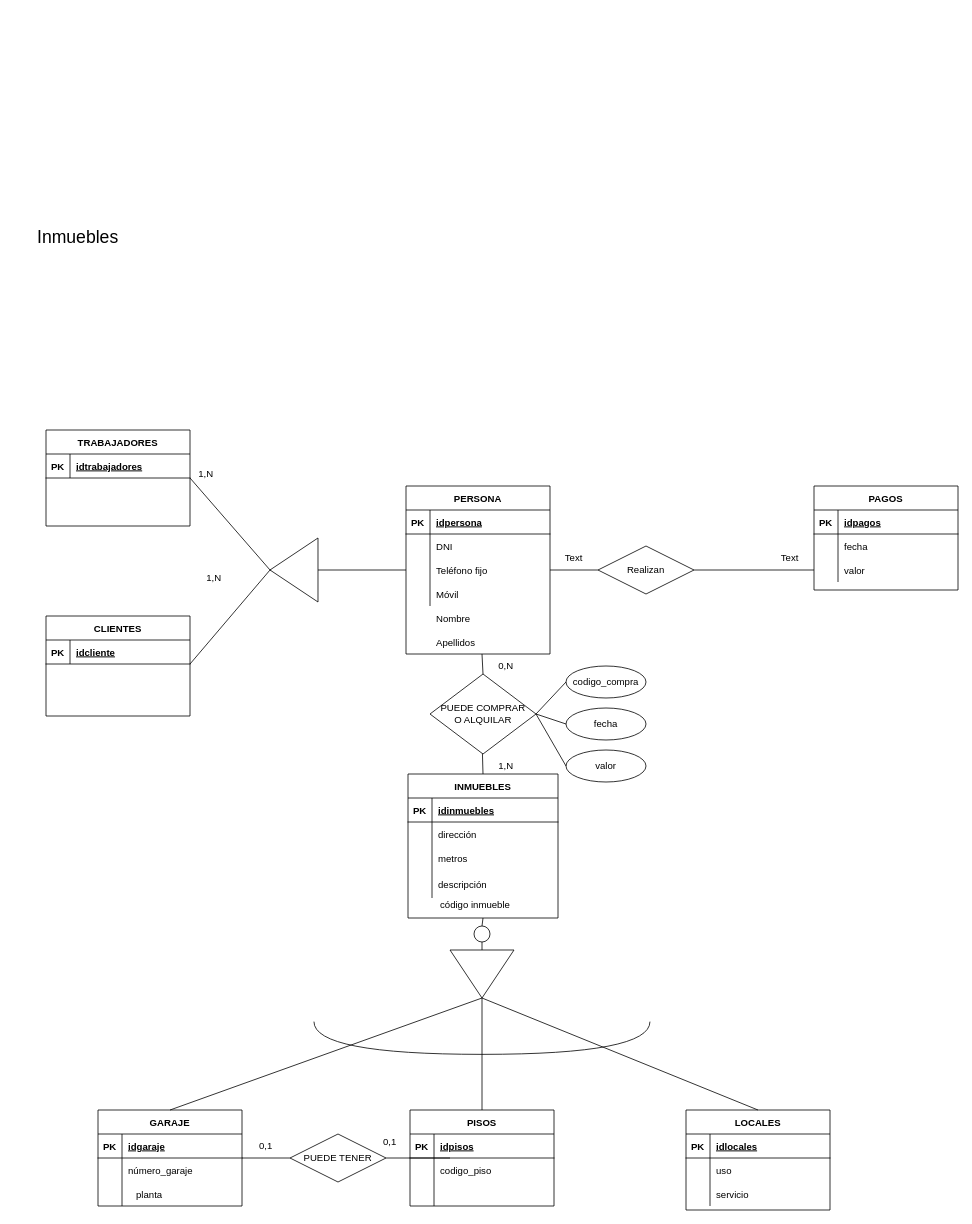
Earlier version of the draw.io diagram page "Inmuebles" (15 of 15) of Ejercicio3.drawio.xml (IzanDuesoLopez/TA12-Diagramas-ER). Source tidied: cells renumbered, new cells numbered last; positions are measured from the earlier drawing's top-left corner, leaving out a move shared by most shapes. Both pictures are drawn from the tidied source at 80%, with x=0, y=0 at pixel (14, 206).
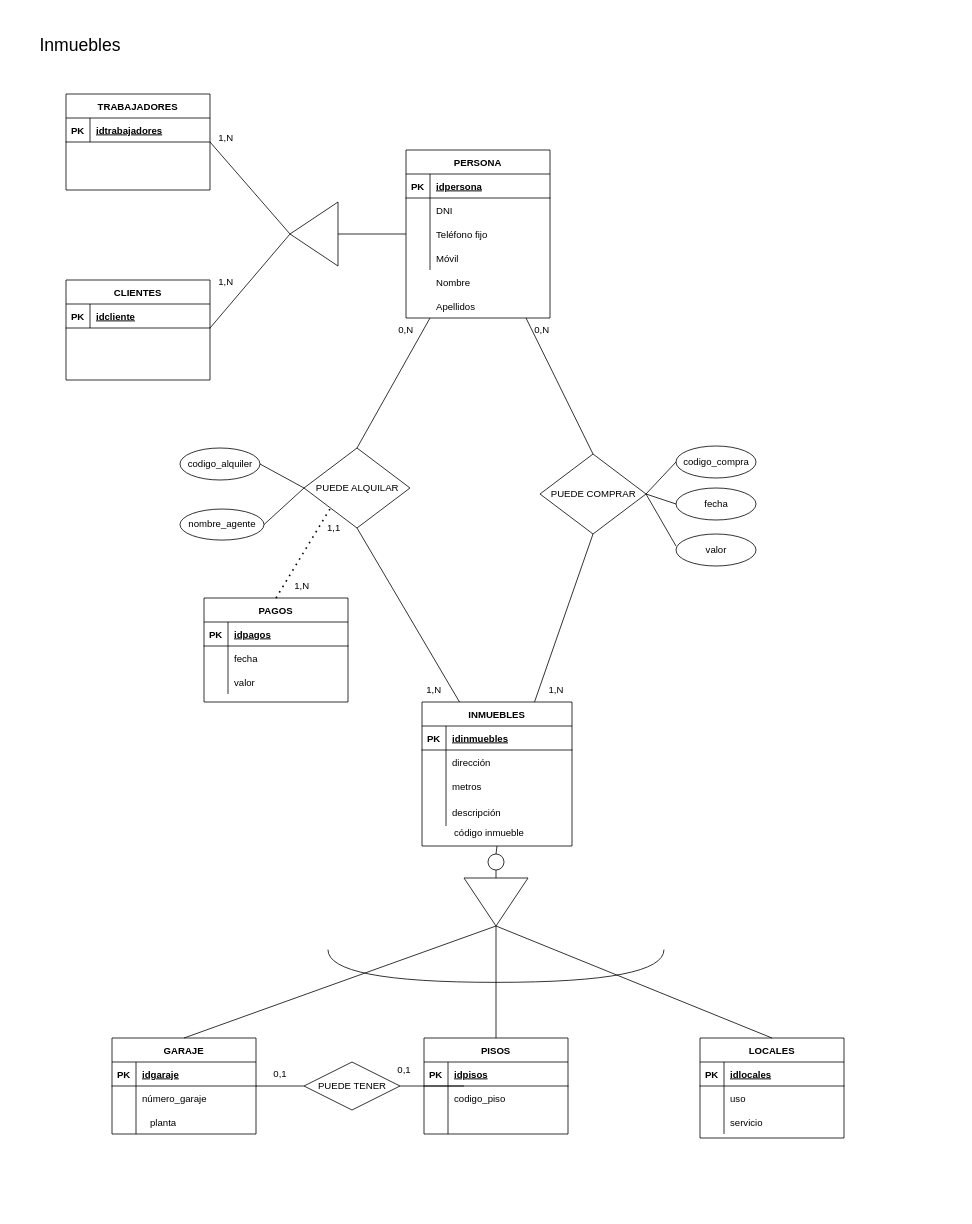
The same page after the edit.

The change refers to these unchanged cells:
```xml
<mxCell id="16" style="shape=tableRow;horizontal=0;startSize=0;swimlaneHead=0;swimlaneBody=0;fillColor=none;points=[[0,0.5],[1,0.5]];portConstraint=eastwest;top=0;left=0;right=0;bottom=0;" parent="9" vertex="1">
  <mxGeometry y="90" width="180" height="30" as="geometry" />
</mxCell>
<mxCell id="64" style="shape=tableRow;horizontal=0;startSize=0;swimlaneHead=0;swimlaneBody=0;fillColor=none;points=[[0,0.5],[1,0.5]];portConstraint=eastwest;top=0;left=0;right=0;bottom=0;" parent="57" vertex="1">
  <mxGeometry y="90" width="180" height="30" as="geometry" />
</mxCell>
```

Change to the diagram source:
```diff
@@
     <mxCell id="2" value="Inmuebles" style="text;html=1;strokeColor=none;fillColor=none;align=center;verticalAlign=middle;whiteSpace=wrap;rounded=0;fontSize=22;" parent="1" vertex="1">
-      <mxGeometry width="160" height="80" as="geometry" />
+      <mxGeometry x="2.5" y="-240" width="160" height="80" as="geometry" />
     </mxCell>
     <mxCell id="3" value="TRABAJADORES" style="shape=table;startSize=30;childLayout=tableLayout;rowLines=0;fontStyle=1;align=center;" parent="1" vertex="1">
-      <mxGeometry x="40" y="280" width="180" height="120" as="geometry" />
+      <mxGeometry x="65" y="-140" width="180" height="120" as="geometry" />
     </mxCell>
@@
     <mxCell id="7" style="shape=tableRow;horizontal=0;startSize=0;swimlaneHead=0;swimlaneBody=0;fillColor=none;top=0;left=0;right=0;bottom=0;" parent="1" vertex="1">
-      <mxGeometry x="60" y="585" width="180" height="30" as="geometry" />
+      <mxGeometry x="85" y="165" width="180" height="30" as="geometry" />
     </mxCell>
@@
     <mxCell id="9" value="PERSONA" style="shape=table;startSize=30;childLayout=tableLayout;rowLines=0;fontStyle=1;align=center;" parent="1" vertex="1">
-      <mxGeometry x="490" y="350" width="180" height="210" as="geometry" />
+      <mxGeometry x="490" y="-70" width="180" height="210" as="geometry" />
     </mxCell>
@@
     <mxCell id="22" value="Nombre " style="shape=partialRectangle;fillColor=none;top=0;left=0;bottom=0;right=0;align=left;spacingLeft=6;overflow=hidden;" parent="1" vertex="1">
-      <mxGeometry x="520" y="500" width="150" height="30" as="geometry" />
+      <mxGeometry x="520" y="80" width="150" height="30" as="geometry" />
     </mxCell>
     <mxCell id="23" value="Apellidos" style="shape=partialRectangle;fillColor=none;top=0;left=0;bottom=0;right=0;align=left;spacingLeft=6;overflow=hidden;" parent="1" vertex="1">
-      <mxGeometry x="520" y="530" width="150" height="30" as="geometry" />
+      <mxGeometry x="520" y="110" width="150" height="30" as="geometry" />
     </mxCell>
-    <mxCell id="24" style="endArrow=none;html=1;rounded=0;entryX=0;entryY=0.5;entryDx=0;entryDy=0;exitX=1;exitY=0.5;exitDx=0;exitDy=0;" parent="1" edge="1" source="115" target="16">
+    <mxCell id="24" style="endArrow=none;html=1;rounded=0;entryX=0;entryY=0.5;entryDx=0;entryDy=0;exitX=0;exitY=0.5;exitDx=0;exitDy=0;" parent="1" edge="1" source="115" target="16">
       <mxGeometry relative="1" as="geometry" />
     </mxCell>
     <mxCell id="25" value="GARAJE" style="shape=table;startSize=30;childLayout=tableLayout;rowLines=0;fontStyle=1;align=center;" parent="1" vertex="1">
-      <mxGeometry x="105" y="1130" width="180" height="120" as="geometry" />
+      <mxGeometry x="122.5" y="1040" width="180" height="120" as="geometry" />
     </mxCell>
@@
-    <mxCell id="35" style="endArrow=none;html=1;rounded=0;entryX=1;entryY=0.5;entryDx=0;entryDy=0;" parent="1" edge="1" target="16">
-      <mxGeometry relative="1" as="geometry">
-        <mxPoint x="730" y="455" as="sourcePoint" />
-      </mxGeometry>
-    </mxCell>
     <mxCell id="36" value="PISOS" style="shape=table;startSize=30;childLayout=tableLayout;rowLines=0;fontStyle=1;align=center;" parent="1" vertex="1">
-      <mxGeometry x="495" y="1130" width="180" height="120" as="geometry" />
+      <mxGeometry x="512.5" y="1040" width="180" height="120" as="geometry" />
     </mxCell>
@@
     <mxCell id="46" value="LOCALES" style="shape=table;startSize=30;childLayout=tableLayout;rowLines=0;fontStyle=1;align=center;" parent="1" vertex="1">
-      <mxGeometry x="840" y="1130" width="180" height="125" as="geometry" />
+      <mxGeometry x="857.5" y="1040" width="180" height="125" as="geometry" />
     </mxCell>
@@
     <mxCell id="56" value="planta" style="shape=partialRectangle;fillColor=none;top=0;left=0;bottom=0;right=0;align=left;spacingLeft=6;overflow=hidden;" parent="1" vertex="1">
-      <mxGeometry x="145" y="1220" width="150" height="30" as="geometry" />
+      <mxGeometry x="162.5" y="1130" width="150" height="30" as="geometry" />
     </mxCell>
     <mxCell id="57" value="PAGOS" style="shape=table;startSize=30;childLayout=tableLayout;rowLines=0;fontStyle=1;align=center;" parent="1" vertex="1">
-      <mxGeometry x="1000" y="350" width="180" height="130" as="geometry" />
+      <mxGeometry x="237.5" y="490" width="180" height="130" as="geometry" />
     </mxCell>
@@
-    <mxCell id="67" value="Realizan" style="shape=rhombus;perimeter=rhombusPerimeter;whiteSpace=wrap;html=1;align=center;" parent="1" vertex="1">
-      <mxGeometry x="730" y="425" width="120" height="60" as="geometry" />
-    </mxCell>
-    <mxCell id="68" style="endArrow=none;html=1;rounded=0;entryX=0;entryY=0.5;entryDx=0;entryDy=0;exitX=1;exitY=0.5;exitDx=0;exitDy=0;" parent="1" edge="1" source="67" target="64">
-      <mxGeometry relative="1" as="geometry" />
-    </mxCell>
     <mxCell id="69" style="triangle;whiteSpace=wrap;html=1;direction=south;" parent="1" vertex="1">
-      <mxGeometry x="545" y="930" width="80" height="60" as="geometry" />
+      <mxGeometry x="562.5" y="840" width="80" height="60" as="geometry" />
     </mxCell>
     <mxCell id="70" style="shape=requiredInterface;html=1;verticalLabelPosition=bottom;sketch=0;rotation=90;" parent="1" vertex="1">
-      <mxGeometry x="564.5" y="830" width="40.9" height="420" as="geometry" />
+      <mxGeometry x="582" y="740" width="40.9" height="420" as="geometry" />
     </mxCell>
     <mxCell id="71" value="INMUEBLES" style="shape=table;startSize=30;childLayout=tableLayout;rowLines=0;fontStyle=1;align=center;" parent="1" vertex="1">
-      <mxGeometry x="492.5" y="710" width="187.5" height="180" as="geometry" />
+      <mxGeometry x="510" y="620" width="187.5" height="180" as="geometry" />
     </mxCell>
@@
     <mxCell id="84" value="PUEDE TENER" style="shape=rhombus;perimeter=rhombusPerimeter;whiteSpace=wrap;html=1;align=center;" parent="1" vertex="1">
-      <mxGeometry x="345" y="1160" width="120" height="60" as="geometry" />
+      <mxGeometry x="362.5" y="1070" width="120" height="60" as="geometry" />
     </mxCell>
     <mxCell id="85" style="line;strokeWidth=1;dashed=0;labelPosition=right;align=left;verticalAlign=middle;spacingTop=0;spacingLeft=6;" parent="1" vertex="1">
-      <mxGeometry x="465" y="1185" width="80" height="10" as="geometry" />
+      <mxGeometry x="482.5" y="1095" width="80" height="10" as="geometry" />
     </mxCell>
     <mxCell id="86" style="line;strokeWidth=1;dashed=0;labelPosition=right;align=left;verticalAlign=middle;spacingTop=0;spacingLeft=6;" parent="1" vertex="1">
-      <mxGeometry x="285" y="1185" width="60" height="10" as="geometry" />
+      <mxGeometry x="302.5" y="1095" width="60" height="10" as="geometry" />
     </mxCell>
     <mxCell id="87" value="0,1" style="text;html=1;strokeColor=none;fillColor=none;align=center;verticalAlign=middle;whiteSpace=wrap;rounded=0;" parent="1" vertex="1">
-      <mxGeometry x="440" y="1155" width="60" height="30" as="geometry" />
+      <mxGeometry x="457.5" y="1065" width="60" height="30" as="geometry" />
     </mxCell>
     <mxCell id="88" value="0,1" style="text;html=1;strokeColor=none;fillColor=none;align=center;verticalAlign=middle;whiteSpace=wrap;rounded=0;" parent="1" vertex="1">
-      <mxGeometry x="285" y="1160" width="60" height="30" as="geometry" />
+      <mxGeometry x="302.5" y="1070" width="60" height="30" as="geometry" />
     </mxCell>
-    <mxCell id="89" style="endArrow=none;html=1;rounded=0;exitX=0.5;exitY=0;exitDx=0;exitDy=0;" parent="1" edge="1" source="71">
-      <mxGeometry relative="1" as="geometry">
-        <mxPoint x="585" y="665" as="targetPoint" />
-      </mxGeometry>
+    <mxCell id="89" style="endArrow=none;html=1;rounded=0;exitX=0.75;exitY=0;exitDx=0;exitDy=0;entryX=0.5;entryY=1;entryDx=0;entryDy=0;" parent="1" edge="1" source="71" target="90">
+      <mxGeometry relative="1" as="geometry" />
     </mxCell>
-    <mxCell id="90" value="PUEDE COMPRAR&lt;br&gt;O ALQUILAR" style="shape=rhombus;perimeter=rhombusPerimeter;whiteSpace=wrap;html=1;align=center;" parent="1" vertex="1">
-      <mxGeometry x="520" y="585" width="132.5" height="100" as="geometry" />
+    <mxCell id="90" value="PUEDE COMPRAR&lt;br&gt;" style="shape=rhombus;perimeter=rhombusPerimeter;whiteSpace=wrap;html=1;align=center;" parent="1" vertex="1">
+      <mxGeometry x="657.5" y="310" width="132.5" height="100" as="geometry" />
     </mxCell>
     <mxCell id="91" style="endArrow=none;html=1;rounded=0;exitX=0.5;exitY=0;exitDx=0;exitDy=0;" parent="1" edge="1" source="90">
       <mxGeometry relative="1" as="geometry">
-        <mxPoint x="585" y="560" as="targetPoint" />
+        <mxPoint x="640" y="140" as="targetPoint" />
       </mxGeometry>
     </mxCell>
     <mxCell id="92" value="0,N" style="text;html=1;strokeColor=none;fillColor=none;align=center;verticalAlign=middle;whiteSpace=wrap;rounded=0;" parent="1" vertex="1">
-      <mxGeometry x="585" y="560" width="60" height="30" as="geometry" />
+      <mxGeometry x="630" y="140" width="60" height="30" as="geometry" />
     </mxCell>
     <mxCell id="93" value="1,N" style="text;html=1;strokeColor=none;fillColor=none;align=center;verticalAlign=middle;whiteSpace=wrap;rounded=0;" parent="1" vertex="1">
-      <mxGeometry x="585" y="685" width="60" height="30" as="geometry" />
+      <mxGeometry x="647.5" y="590" width="60" height="30" as="geometry" />
     </mxCell>
@@
     <mxCell id="95" style="ellipse;whiteSpace=wrap;html=1;" parent="1" vertex="1">
-      <mxGeometry x="575" y="900" width="20" height="20" as="geometry" />
+      <mxGeometry x="592.5" y="810" width="20" height="20" as="geometry" />
     </mxCell>
@@
     <mxCell id="100" value="codigo_compra" style="ellipse;whiteSpace=wrap;html=1;align=center;" parent="1" vertex="1">
-      <mxGeometry x="690" y="575" width="100" height="40" as="geometry" />
+      <mxGeometry x="827.5" y="300" width="100" height="40" as="geometry" />
     </mxCell>
     <mxCell id="101" value="valor" style="ellipse;whiteSpace=wrap;html=1;align=center;" parent="1" vertex="1">
-      <mxGeometry x="690" y="680" width="100" height="40" as="geometry" />
+      <mxGeometry x="827.5" y="410" width="100" height="40" as="geometry" />
     </mxCell>
     <mxCell id="102" value="fecha" style="ellipse;whiteSpace=wrap;html=1;align=center;" parent="1" vertex="1">
-      <mxGeometry x="690" y="627.5" width="100" height="40" as="geometry" />
+      <mxGeometry x="827.5" y="352.5" width="100" height="40" as="geometry" />
     </mxCell>
-    <mxCell id="103" style="endArrow=none;html=1;rounded=0;entryX=0;entryY=0.5;entryDx=0;entryDy=0;exitX=1;exitY=0.5;exitDx=0;exitDy=0;" parent="1" edge="1" source="90" target="101">
-      <mxGeometry relative="1" as="geometry" />
+    <mxCell id="103" style="endArrow=none;html=1;rounded=0;entryX=0;entryY=0.5;entryDx=0;entryDy=0;exitX=1;exitY=0.5;exitDx=0;exitDy=0;" parent="1" edge="1" source="90">
+      <mxGeometry relative="1" as="geometry">
+        <mxPoint x="827.5" y="425" as="targetPoint" />
+      </mxGeometry>
     </mxCell>
@@
     <mxCell id="106" value="1,N" style="text;html=1;strokeColor=none;fillColor=none;align=center;verticalAlign=middle;whiteSpace=wrap;rounded=0;" parent="1" vertex="1">
-      <mxGeometry x="220" y="450" width="60" height="30" as="geometry" />
+      <mxGeometry x="235" y="80" width="60" height="30" as="geometry" />
     </mxCell>
     <mxCell id="107" value="1,N" style="text;html=1;strokeColor=none;fillColor=none;align=center;verticalAlign=middle;whiteSpace=wrap;rounded=0;" parent="1" vertex="1">
-      <mxGeometry x="210" y="320" width="60" height="30" as="geometry" />
+      <mxGeometry x="235" y="-100" width="60" height="30" as="geometry" />
     </mxCell>
-    <mxCell id="108" value="Text" style="text;html=1;strokeColor=none;fillColor=none;align=center;verticalAlign=middle;whiteSpace=wrap;rounded=0;" parent="1" vertex="1">
-      <mxGeometry x="670" y="425" width="60" height="30" as="geometry" />
-    </mxCell>
-    <mxCell id="109" value="Text" style="text;html=1;strokeColor=none;fillColor=none;align=center;verticalAlign=middle;whiteSpace=wrap;rounded=0;" parent="1" vertex="1">
-      <mxGeometry x="940" y="425" width="60" height="30" as="geometry" />
-    </mxCell>
     <mxCell id="110" value="código inmueble" style="shape=partialRectangle;fillColor=none;top=0;left=0;bottom=0;right=0;align=left;spacingLeft=6;overflow=hidden;" parent="1" vertex="1">
-      <mxGeometry x="525" y="855" width="155" height="35" as="geometry" />
+      <mxGeometry x="542.5" y="765" width="155" height="35" as="geometry" />
     </mxCell>
     <mxCell id="111" value="CLIENTES" style="shape=table;startSize=30;childLayout=tableLayout;rowLines=0;fontStyle=1;align=center;" parent="1" vertex="1">
-      <mxGeometry x="40" y="512.5" width="180" height="125" as="geometry" />
+      <mxGeometry x="65" y="92.5" width="180" height="125" as="geometry" />
     </mxCell>
@@
     <mxCell id="115" style="triangle;whiteSpace=wrap;html=1;direction=south;rotation=90;" parent="1" vertex="1">
-      <mxGeometry x="310" y="425" width="80" height="60" as="geometry" />
+      <mxGeometry x="335" y="5" width="80" height="60" as="geometry" />
     </mxCell>
@@
+    <mxCell id="118" value="PUEDE ALQUILAR" style="shape=rhombus;perimeter=rhombusPerimeter;whiteSpace=wrap;html=1;align=center;" parent="1" vertex="1">
+      <mxGeometry x="362.5" y="302.5" width="132.5" height="100" as="geometry" />
+    </mxCell>
+    <mxCell id="119" value="codigo_alquiler" style="ellipse;whiteSpace=wrap;html=1;align=center;" parent="1" vertex="1">
+      <mxGeometry x="207.5" y="302.5" width="100" height="40" as="geometry" />
+    </mxCell>
+    <mxCell id="120" value="nombre_agente" style="ellipse;whiteSpace=wrap;html=1;align=center;" parent="1" vertex="1">
+      <mxGeometry x="207.5" y="378.8" width="105" height="38.8" as="geometry" />
+    </mxCell>
+    <mxCell id="121" style="endArrow=none;html=1;rounded=0;exitX=0;exitY=0.5;exitDx=0;exitDy=0;entryX=1;entryY=0.5;entryDx=0;entryDy=0;" parent="1" edge="1" source="118" target="120">
+      <mxGeometry relative="1" as="geometry" />
+    </mxCell>
+    <mxCell id="122" style="endArrow=none;html=1;rounded=0;entryX=1;entryY=0.5;entryDx=0;entryDy=0;exitX=0;exitY=0.5;exitDx=0;exitDy=0;" parent="1" edge="1" source="118" target="119">
+      <mxGeometry relative="1" as="geometry" />
+    </mxCell>
+    <mxCell id="123" style="endArrow=none;html=1;rounded=0;exitX=0.5;exitY=0;exitDx=0;exitDy=0;" parent="1" edge="1" source="118">
+      <mxGeometry relative="1" as="geometry">
+        <mxPoint x="520" y="140" as="targetPoint" />
+      </mxGeometry>
+    </mxCell>
+    <mxCell id="124" style="endArrow=none;html=1;rounded=0;entryX=0.5;entryY=1;entryDx=0;entryDy=0;exitX=0.25;exitY=0;exitDx=0;exitDy=0;" parent="1" edge="1" source="71" target="118">
+      <mxGeometry relative="1" as="geometry" />
+    </mxCell>
+    <mxCell id="125" style="endArrow=none;dashed=1;html=1;dashPattern=1 3;strokeWidth=2;rounded=0;entryX=0;entryY=1;entryDx=0;entryDy=0;" parent="1" edge="1" target="118">
+      <mxGeometry relative="1" as="geometry">
+        <mxPoint x="327.5" y="490" as="sourcePoint" />
+      </mxGeometry>
+    </mxCell>
+    <mxCell id="126" value="1,N" style="text;html=1;strokeColor=none;fillColor=none;align=center;verticalAlign=middle;whiteSpace=wrap;rounded=0;" parent="1" vertex="1">
+      <mxGeometry x="495" y="590" width="60" height="30" as="geometry" />
+    </mxCell>
+    <mxCell id="127" value="0,N" style="text;html=1;strokeColor=none;fillColor=none;align=center;verticalAlign=middle;whiteSpace=wrap;rounded=0;" parent="1" vertex="1">
+      <mxGeometry x="460" y="140" width="60" height="30" as="geometry" />
+    </mxCell>
+    <mxCell id="128" value="1,N" style="text;html=1;strokeColor=none;fillColor=none;align=center;verticalAlign=middle;whiteSpace=wrap;rounded=0;" parent="1" vertex="1">
+      <mxGeometry x="330" y="460" width="60" height="30" as="geometry" />
+    </mxCell>
+    <mxCell id="129" value="1,1" style="text;html=1;strokeColor=none;fillColor=none;align=center;verticalAlign=middle;whiteSpace=wrap;rounded=0;" parent="1" vertex="1">
+      <mxGeometry x="370" y="387.5" width="60" height="30" as="geometry" />
+    </mxCell>
```
